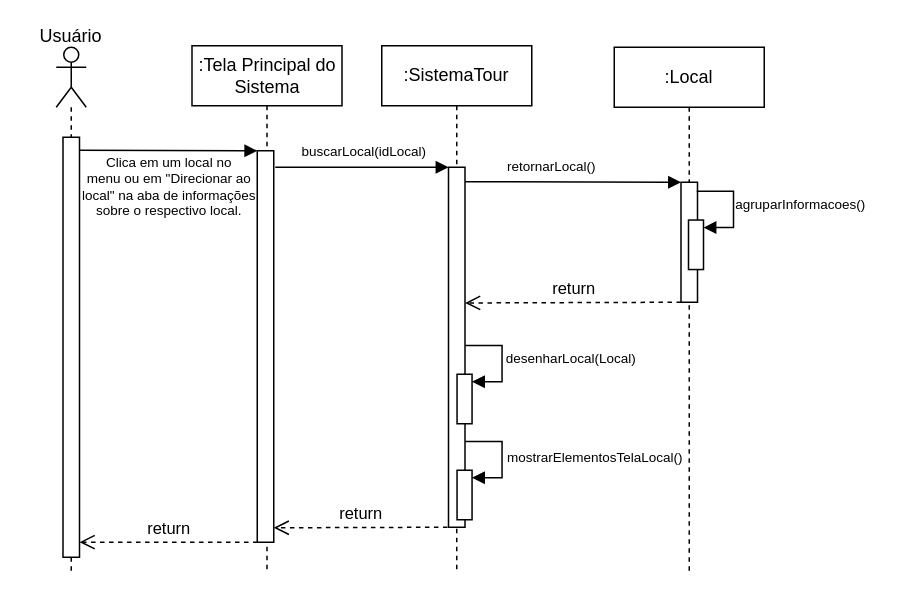
Above: DiagramaDeSequencia-SelecionarLocal.drawio in Gigagiga1234/Tour-Virtual (draw.io), before the change. Source tidied: cells renumbered, new cells numbered last; positions are measured from the earlier drawing's top-left corner, leaving out a move shared by most shapes. Both pictures are drawn from the tidied source at 150%, with x=0, y=0 at pixel (26, 26).
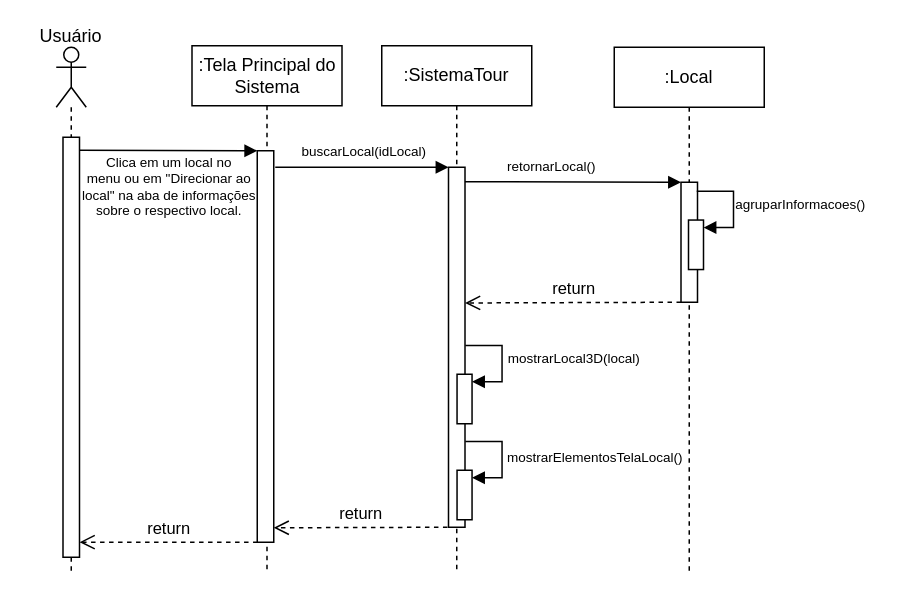
The same diagram, later.

Diff of the diagram source:
```diff
@@
-    <mxCell id="23" value="desenharLocal(Local)" style="text;html=1;align=center;verticalAlign=middle;strokeColor=none;fillColor=none;fontSize=9;" parent="1" vertex="1">
-      <mxGeometry x="307.8" y="212" width="110" height="20" as="geometry" />
+    <mxCell id="23" value="mostrarLocal3D(local)" style="text;html=1;align=center;verticalAlign=middle;strokeColor=none;fillColor=none;fontSize=9;" parent="1" vertex="1">
+      <mxGeometry x="309.8" y="212" width="110" height="20" as="geometry" />
     </mxCell>
```
